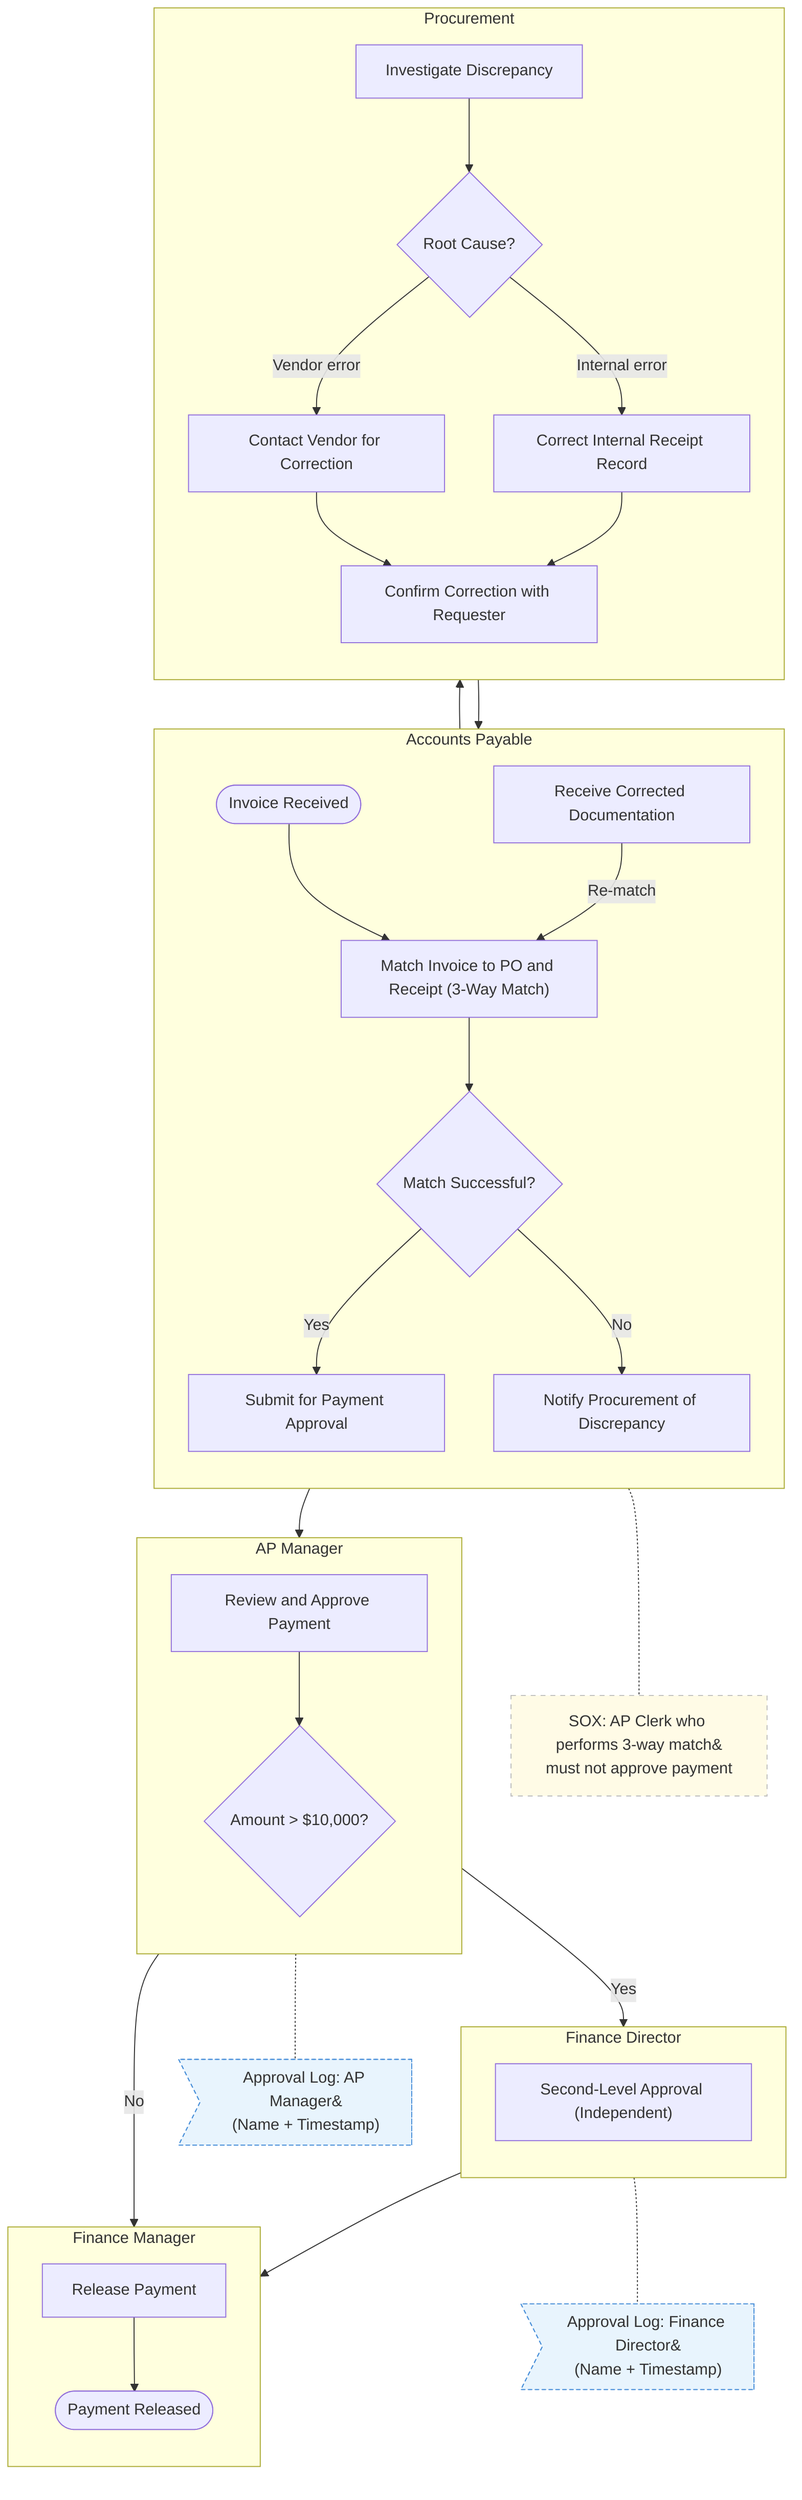
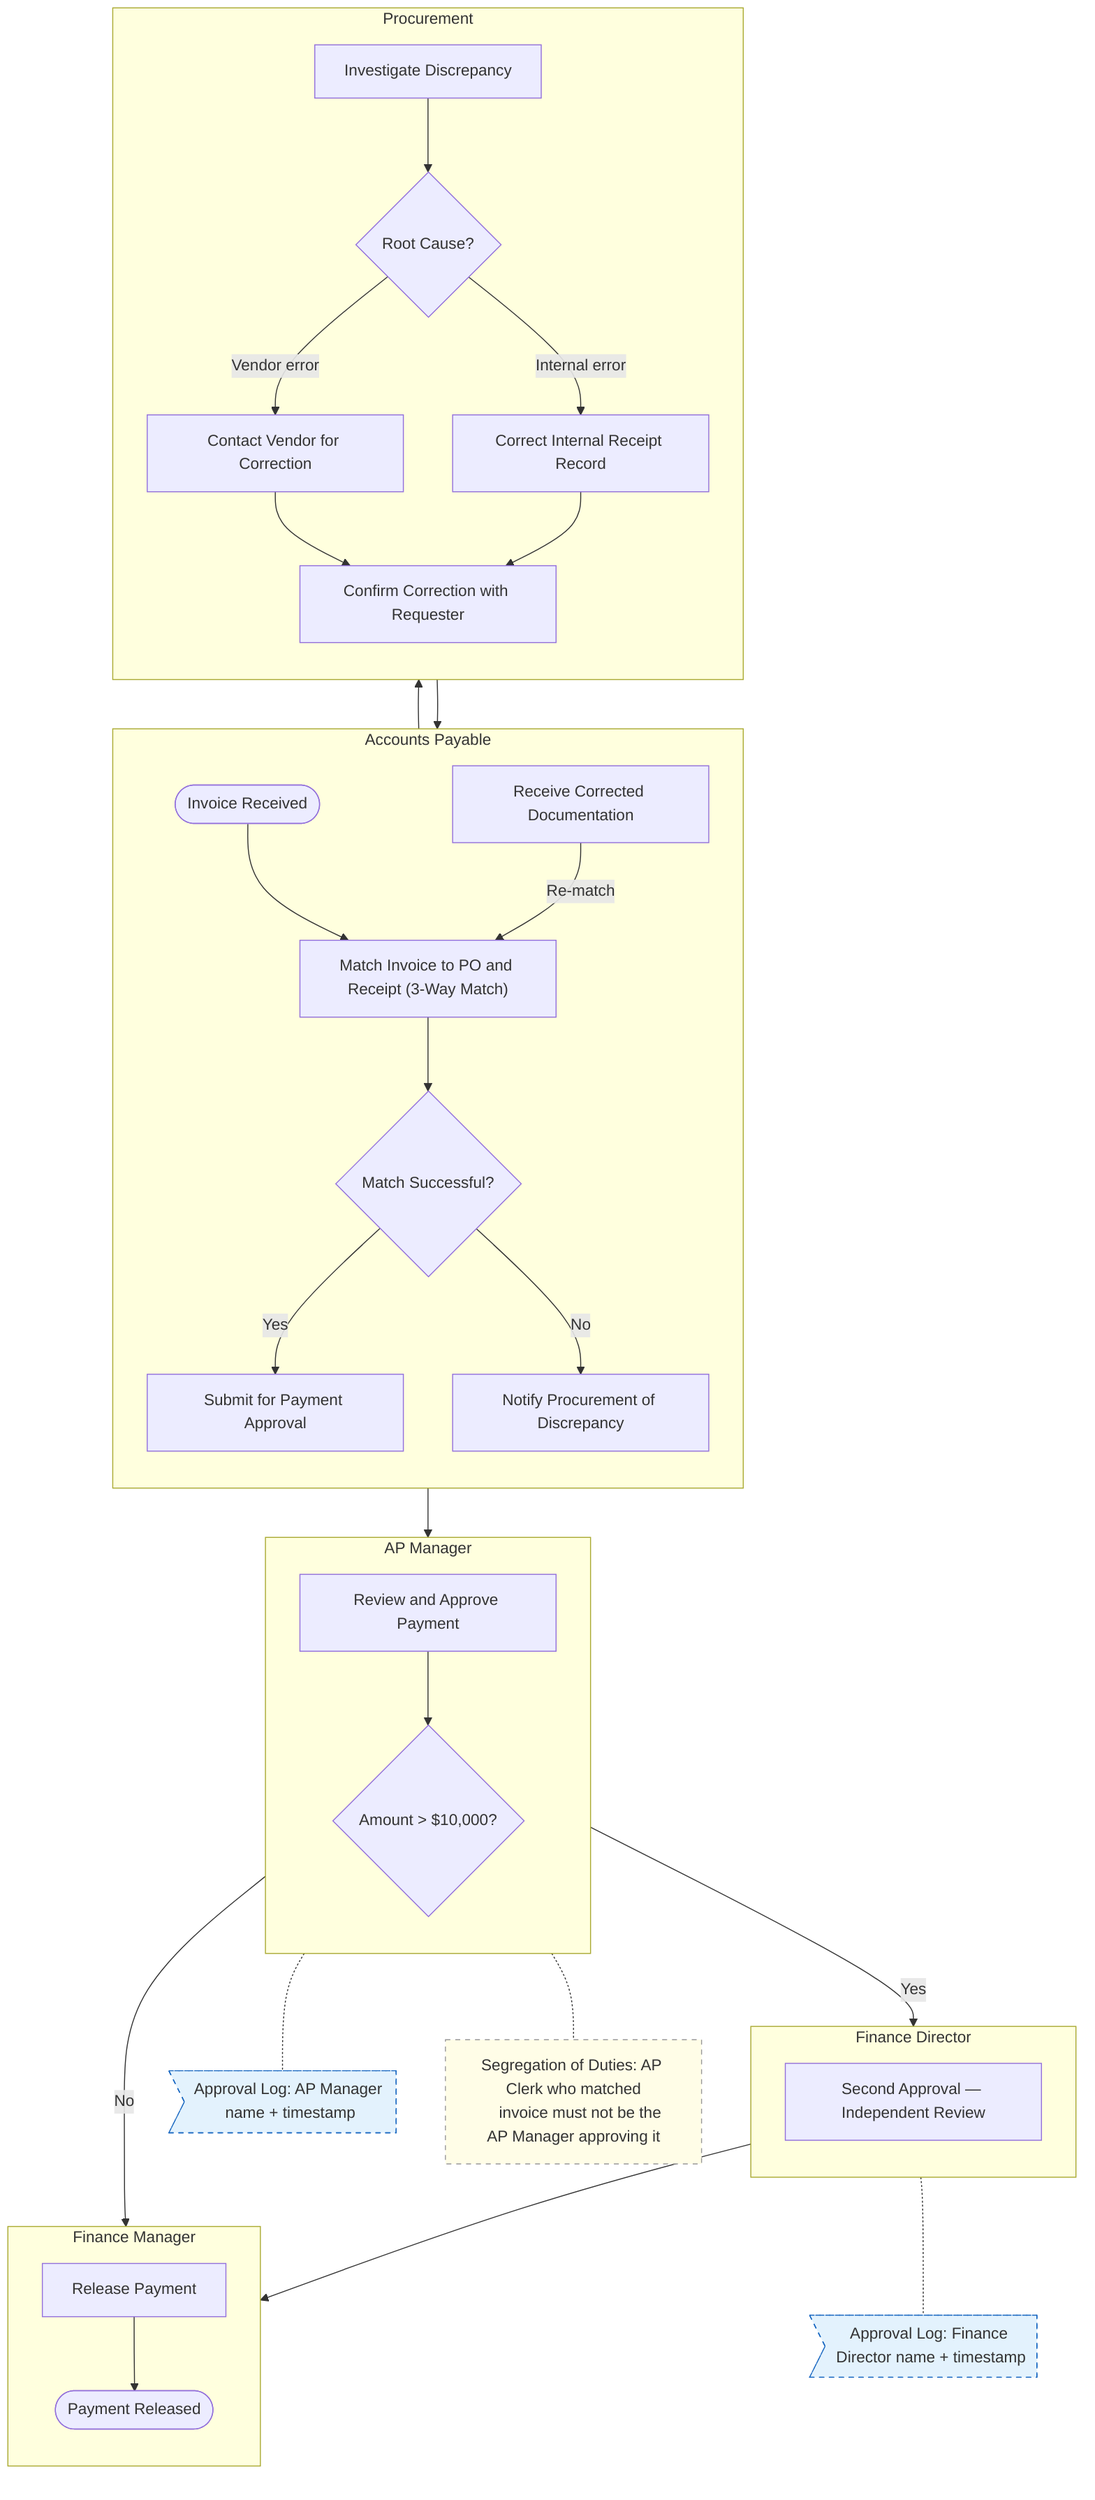
flowchart TD
    subgraph AP["Accounts Payable"]
        direction TB
        StartEvent_1([Invoice Received])
        Task_Match["Match Invoice to PO and Receipt (3-Way Match)"]
        Gateway_MatchOk{"Match Successful?"}
        Task_SubmitPayment["Submit for Payment Approval"]
        Task_NotifyDiscrepancy["Notify Procurement of Discrepancy"]
        Task_ReceiveCorrected["Receive Corrected Documentation"]
    end

    subgraph PROC["Procurement"]
        direction TB
        Task_Investigate["Investigate Discrepancy"]
        Gateway_RootCause{"Root Cause?"}
        Task_ContactVendor["Contact Vendor for Correction"]
        Task_InternalCorrection["Correct Internal Receipt Record"]
        Task_RequestCorrected["Confirm Correction with Requester"]
    end

-     %% ⚡ CHANGED SECTION — Replaced Finance Manager with AP Manager lane for first-level approval and amount threshold gateway
+     %% ⚡ CHANGED SECTION — Replaced Finance Manager with AP Manager lane for first-level approval and threshold gateway
    subgraph APM["AP Manager"]
        direction TB
-         Task_APMApproval["Review and Approve Payment"]
-         Gateway_Amount{"Amount > $10,000?"}
+         Task_APMApprove["Review and Approve Payment"]
+         Gateway_Threshold{"Amount > $10,000?"}
    end
    %% END CHANGED SECTION

    %% ⚡ CHANGED SECTION — Added Finance Director lane for second-level approval on high-value payments
    subgraph FD["Finance Director"]
        direction TB
-         Task_FDApproval["Second-Level Approval (Independent)"]
+         Task_FDApprove["Second Approval — Independent Review"]
    end
    %% END CHANGED SECTION

    %% ⚡ CHANGED SECTION — Retained Finance Manager lane only for payment release
    subgraph FM["Finance Manager"]
        direction TB
        Task_ReleasePayment["Release Payment"]
        EndEvent_1([Payment Released])
    end
    %% END CHANGED SECTION

-     %% ⚡ CHANGED SECTION — Audit trail data objects for each approval step
-     DOC_APM>"Approval Log: AP Manager&#10;(Name + Timestamp)"]
-     DOC_FD>"Approval Log: Finance Director&#10;(Name + Timestamp)"]
+     %% ⚡ CHANGED SECTION — Audit-evidence artifacts (approval logs) attached to each approval task
+     DOC_APM>"Approval Log: AP Manager name + timestamp"]
+     DOC_FD>"Approval Log: Finance Director name + timestamp"]
+ 
+     Task_APMApprove -.- DOC_APM
+     Task_FDApprove -.- DOC_FD
    %% END CHANGED SECTION

-     %% ⚡ CHANGED SECTION — SOX segregation-of-duties annotation on AP lane
-     classDef annotation stroke-dasharray:5 5,fill:#fffbe6,stroke:#bbb;
-     NOTE_SOD["SOX: AP Clerk who performs 3-way match&#10;must not approve payment"]
-     Task_Match -.- NOTE_SOD
-     class NOTE_SOD annotation;
+     %% ⚡ CHANGED SECTION — SOD annotation on the AP Manager approval
+     SOD_Note["Segregation of Duties: AP Clerk who matched
+     invoice must not be the AP Manager approving it"]
+     Task_APMApprove -.- SOD_Note
+     classDef annotation stroke-dasharray:5 5,fill:#fffde7,stroke:#999;
+     class SOD_Note annotation
    %% END CHANGED SECTION

    StartEvent_1 --> Task_Match
    Task_Match --> Gateway_MatchOk
    Gateway_MatchOk -->|Yes| Task_SubmitPayment
    Gateway_MatchOk -->|No| Task_NotifyDiscrepancy

    %% ⚡ CHANGED SECTION — Rerouted approval flow through AP Manager, threshold check, optional Finance Director, then release
-     Task_SubmitPayment --> Task_APMApproval
-     Task_APMApproval -.- DOC_APM
-     Task_APMApproval --> Gateway_Amount
-     Gateway_Amount -->|Yes| Task_FDApproval
-     Task_FDApproval -.- DOC_FD
-     Task_FDApproval --> Task_ReleasePayment
-     Gateway_Amount -->|No| Task_ReleasePayment
+     Task_SubmitPayment --> Task_APMApprove
+     Task_APMApprove --> Gateway_Threshold
+     Gateway_Threshold -->|Yes| Task_FDApprove
+     Gateway_Threshold -->|No| Task_ReleasePayment
+     Task_FDApprove --> Task_ReleasePayment
    Task_ReleasePayment --> EndEvent_1
    %% END CHANGED SECTION

    Task_NotifyDiscrepancy --> Task_Investigate
    Task_Investigate --> Gateway_RootCause
    Gateway_RootCause -->|Vendor error| Task_ContactVendor
    Gateway_RootCause -->|Internal error| Task_InternalCorrection
    Task_ContactVendor --> Task_RequestCorrected
    Task_InternalCorrection --> Task_RequestCorrected
    Task_RequestCorrected --> Task_ReceiveCorrected
    Task_ReceiveCorrected -->|Re-match| Task_Match

-     %% ⚡ CHANGED SECTION — Style definitions for checkpoints and data objects
-     classDef dataobj fill:#e8f4fd,stroke:#4a90d9,stroke-dasharray:4 3;
-     class DOC_APM,DOC_FD dataobj;
+     %% ⚡ CHANGED SECTION — Style definitions for checkpoints, data objects, and annotations
+     classDef dataobj fill:#e3f2fd,stroke:#1565c0,stroke-dasharray:5 5;
+     class DOC_APM,DOC_FD dataobj
    %% END CHANGED SECTION

%% EXPLANATION:
- %% Removed the single Finance Manager approval step and replaced it with a two-tier approval chain: (1) an AP Manager lane that reviews and approves every payment (segregated from the AP Clerk who performs the match), and (2) an amount threshold gateway that routes payments above $10,000 to a new Finance Director lane for an independent second approval. The Finance Manager lane now only releases the payment after all approvals are complete. Two audit-trail data objects (AP Manager Approval Log and Finance Director Approval Log, each capturing name and timestamp) are attached as artifacts to their respective approval tasks via dotted association lines. A SOX annotation is attached to the 3-way match task to document the segregation-of-duties control.+ %% Replaced the single Finance Manager approval with a two-tier approval chain: an AP Manager performs the first approval (segregated from the AP clerk who did the match), and a Finance Director provides an independent second approval when the amount exceeds $10,000. The Finance Manager lane now only releases payment. Two audit-log data objects (approver name + timestamp) are attached as artifacts to each approval task via dotted association lines, keeping them off the main sequence flow. A dashed annotation node documents the segregation-of-duties control requirement on the AP Manager approval step.